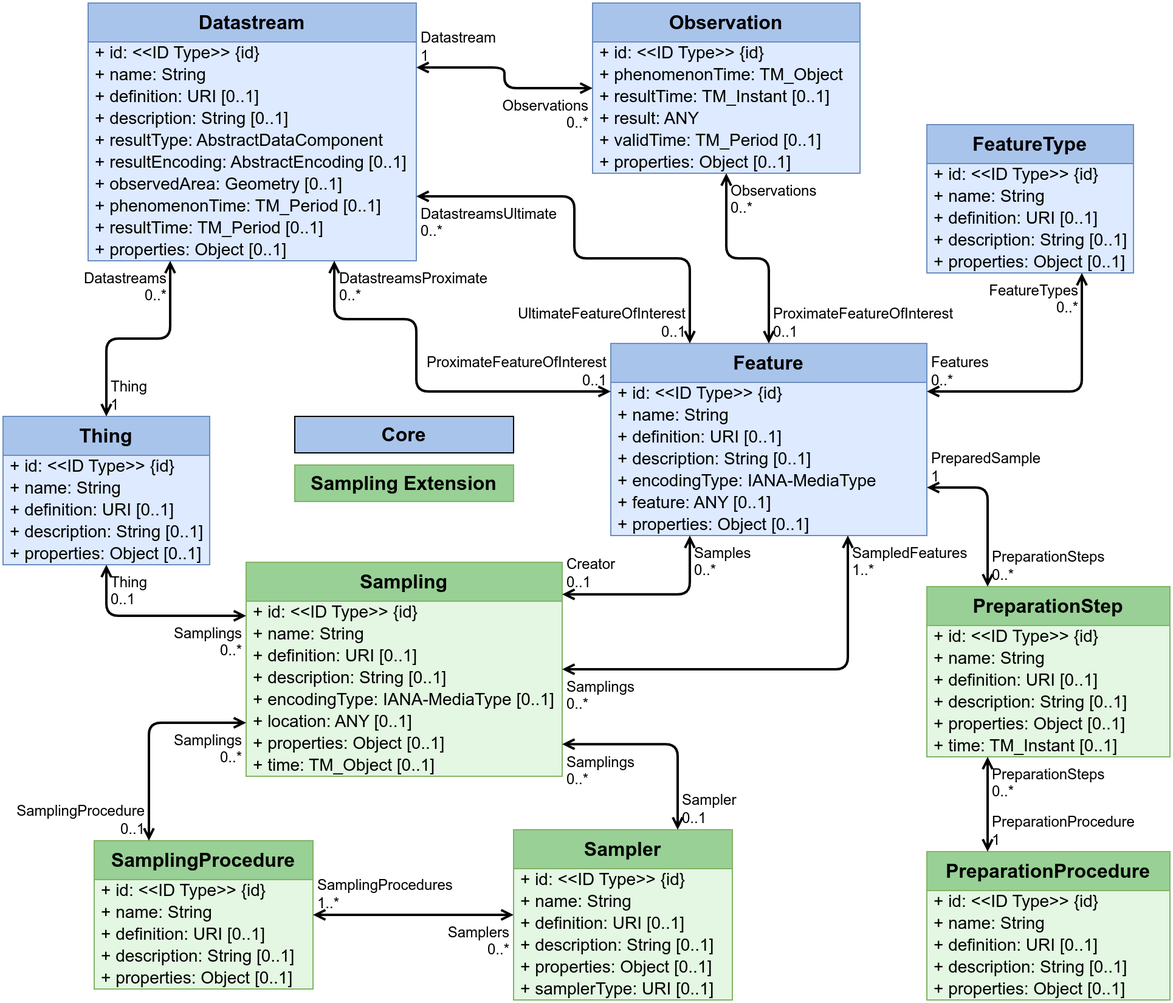
Above: figures/Datamodel-SensorThingsApi-V2-Sampling.drawio.png in opengeospatial/sensorthings (draw.io), before the change. Source tidied: cells renumbered, new cells last; positions are measured from the earlier drawing's top-left corner, leaving out a move shared by most shapes.
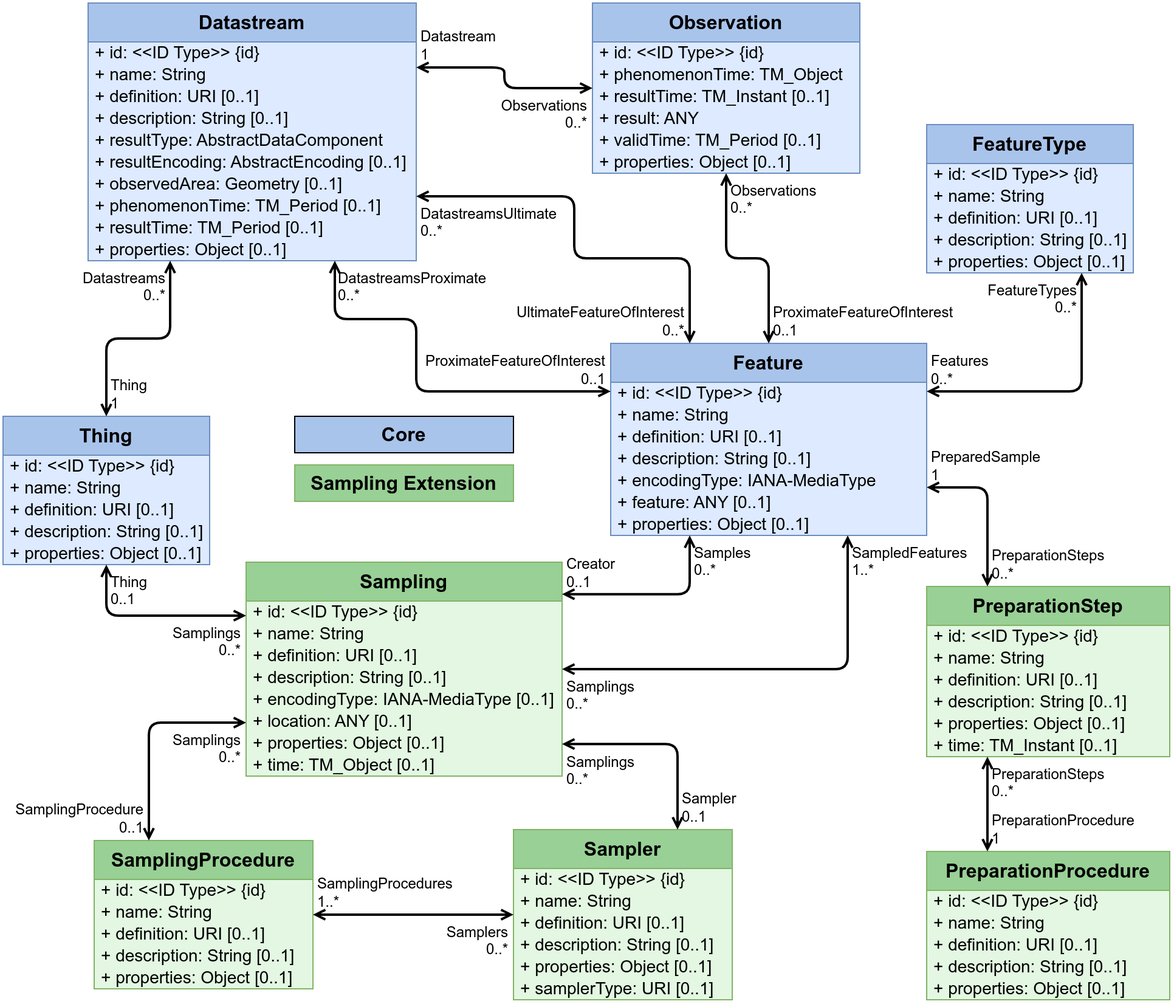
The same diagram one commit later.

Change to the diagram source:
```diff
@@ -296,7 +296,7 @@
         </Array>
       </mxGeometry>
     </mxCell>
-    <mxCell id="98" value="UltimateFeatureOfInterest&lt;br&gt;0..1" style="edgeLabel;html=1;align=right;verticalAlign=bottom;labelBackgroundColor=none;fontSize=12;spacingLeft=1;spacing=3;spacingRight=2;" parent="97" vertex="1">
+    <mxCell id="98" value="UltimateFeatureOfInterest&lt;br&gt;0..*" style="edgeLabel;html=1;align=right;verticalAlign=bottom;labelBackgroundColor=none;fontSize=12;spacingLeft=1;spacing=3;spacingRight=2;" parent="97" vertex="1">
       <mxGeometry x="-1" relative="1" as="geometry" />
     </mxCell>
     <mxCell id="99" value="DatastreamsUltimate&lt;br&gt;0..*" style="edgeLabel;html=1;align=left;verticalAlign=top;labelBackgroundColor=none;fontSize=12;spacingLeft=1;spacing=3;spacingRight=2;fontColor=default;" parent="97" vertex="1">
```
